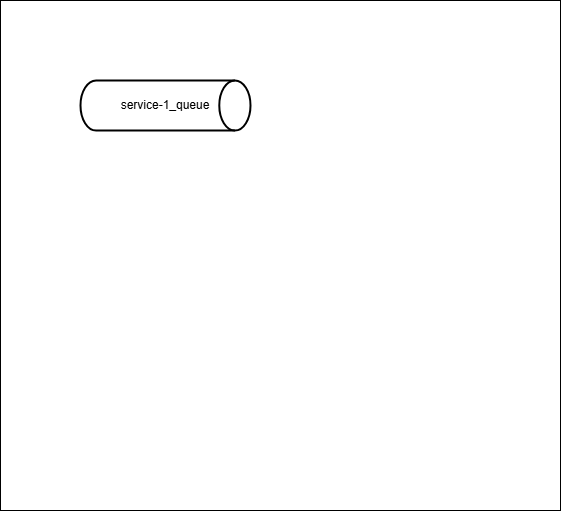
Above: drawio/pattern_rabbit_basic.png in sarraz1/csau (draw.io), before the change. Source tidied: cells renumbered, new cells last; positions are measured from the earlier drawing's top-left corner, leaving out a move shared by most shapes.
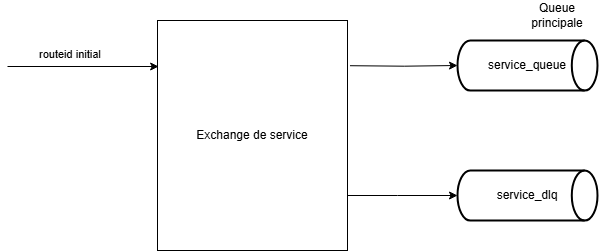
After the change.

Commit message:
Mettre à jour pattern_rabbit_basic.png

Diff of the diagram source:
```diff
@@ -2,11 +2,38 @@
   <root>
     <mxCell id="0" />
     <mxCell id="1" parent="0" />
-    <mxCell id="2" style="rounded=0;whiteSpace=wrap;html=1;" parent="1" vertex="1">
-      <mxGeometry width="560" height="510" as="geometry" />
-    </mxCell>
-    <mxCell id="3" value="service-1_que&lt;span style=&quot;background-color: transparent; color: light-dark(rgb(0, 0, 0), rgb(255, 255, 255));&quot;&gt;ue&lt;/span&gt;" style="strokeWidth=2;html=1;shape=mxgraph.flowchart.direct_data;whiteSpace=wrap;" parent="1" vertex="1">
-      <mxGeometry x="80" y="80" width="170" height="50" as="geometry" />
+    <mxCell id="3" value="service_que&lt;span style=&quot;background-color: transparent; color: light-dark(rgb(0, 0, 0), rgb(255, 255, 255));&quot;&gt;ue&lt;/span&gt;" style="strokeWidth=2;html=1;shape=mxgraph.flowchart.direct_data;whiteSpace=wrap;" parent="1" vertex="1">
+      <mxGeometry x="80" y="80" width="140" height="50" as="geometry" />
     </mxCell>
+    <mxCell id="4" value="Queue principale" style="text;html=1;align=center;verticalAlign=middle;whiteSpace=wrap;rounded=0;" parent="1" vertex="1">
+      <mxGeometry x="150" y="40" width="60" height="30" as="geometry" />
+    </mxCell>
+    <mxCell id="5" value="service_dlq" style="strokeWidth=2;html=1;shape=mxgraph.flowchart.direct_data;whiteSpace=wrap;" parent="1" vertex="1">
+      <mxGeometry x="80" y="210" width="140" height="50" as="geometry" />
+    </mxCell>
+    <mxCell id="6" style="edgeStyle=orthogonalEdgeStyle;rounded=0;jettySize=auto;html=1;exitX=1.013;exitY=0.327;exitDx=0;exitDy=0;exitPerimeter=0;" parent="1" edge="1" target="3">
+      <mxGeometry relative="1" as="geometry">
+        <mxPoint x="-27.5" y="105.2" as="sourcePoint" />
+      </mxGeometry>
+    </mxCell>
+    <mxCell id="7" value="Exchange de service" style="rounded=0;whiteSpace=wrap;html=1;" parent="1" vertex="1">
+      <mxGeometry x="-220" y="60" width="190" height="230" as="geometry" />
+    </mxCell>
+    <mxCell id="8" value="&lt;span style=&quot;color: rgb(0, 0, 0); font-family: Helvetica; font-size: 11px; font-style: normal; font-variant-ligatures: normal; font-variant-caps: normal; font-weight: 400; letter-spacing: normal; orphans: 2; text-align: center; text-indent: 0px; text-transform: none; widows: 2; word-spacing: 0px; -webkit-text-stroke-width: 0px; white-space: nowrap; background-color: rgb(255, 255, 255); text-decoration-thickness: initial; text-decoration-style: initial; text-decoration-color: initial; display: inline !important; float: none;&quot;&gt;routeid initial&lt;/span&gt;" style="text;whiteSpace=wrap;html=1;" parent="1" vertex="1">
+      <mxGeometry x="-340" y="80" width="100" height="40" as="geometry" />
+    </mxCell>
+    <mxCell id="9" style="endArrow=classic;html=1;rounded=0;entryX=0.006;entryY=0.2;entryDx=0;entryDy=0;entryPerimeter=0;" parent="1" edge="1" target="7">
+      <mxGeometry relative="1" as="geometry">
+        <mxPoint x="-370" y="106" as="sourcePoint" />
+      </mxGeometry>
+    </mxCell>
+    <mxCell id="10" style="edgeStyle=orthogonalEdgeStyle;rounded=0;jettySize=auto;html=1;entryX=0;entryY=0.5;entryDx=0;entryDy=0;entryPerimeter=0;" parent="1" edge="1" source="7" target="5">
+      <mxGeometry relative="1" as="geometry">
+        <Array as="points">
+          <mxPoint x="20" y="235" />
+          <mxPoint x="20" y="235" />
+        </Array>
+      </mxGeometry>
+    </mxCell>
   </root>
 </mxGraphModel>
```
